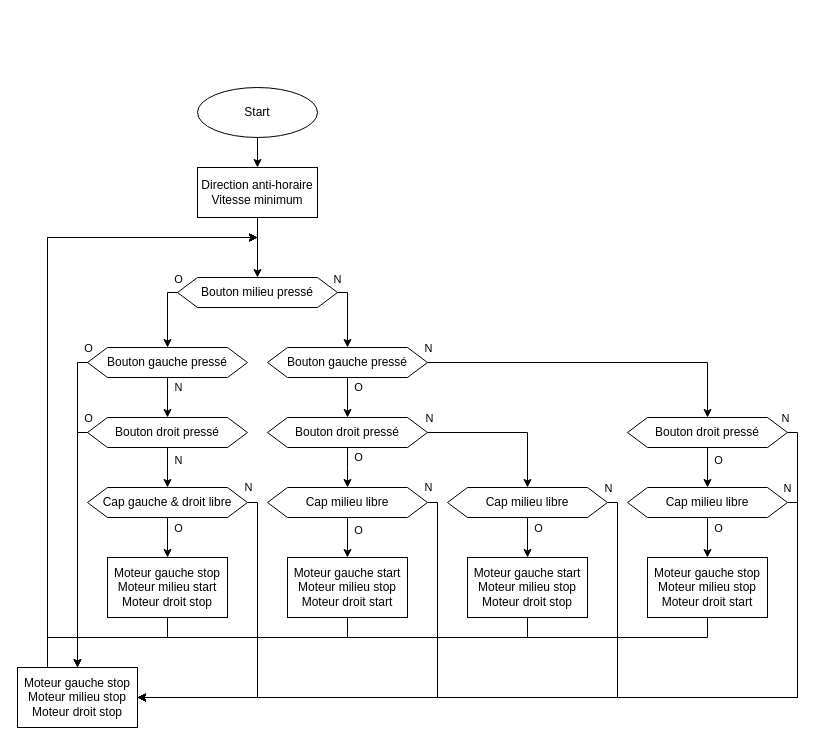
Schokiiiiiiii/csn26 keeps this draw.io diagram as doc/diags/manual_sequence.drawio. Above is the earlier version. Source tidied: cells renumbered, new cells numbered last; positions are measured from the earlier drawing's top-left corner, leaving out a move shared by most shapes. Both pictures are drawn from the tidied source at 100%, with x=0, y=0 at pixel (17, 87).
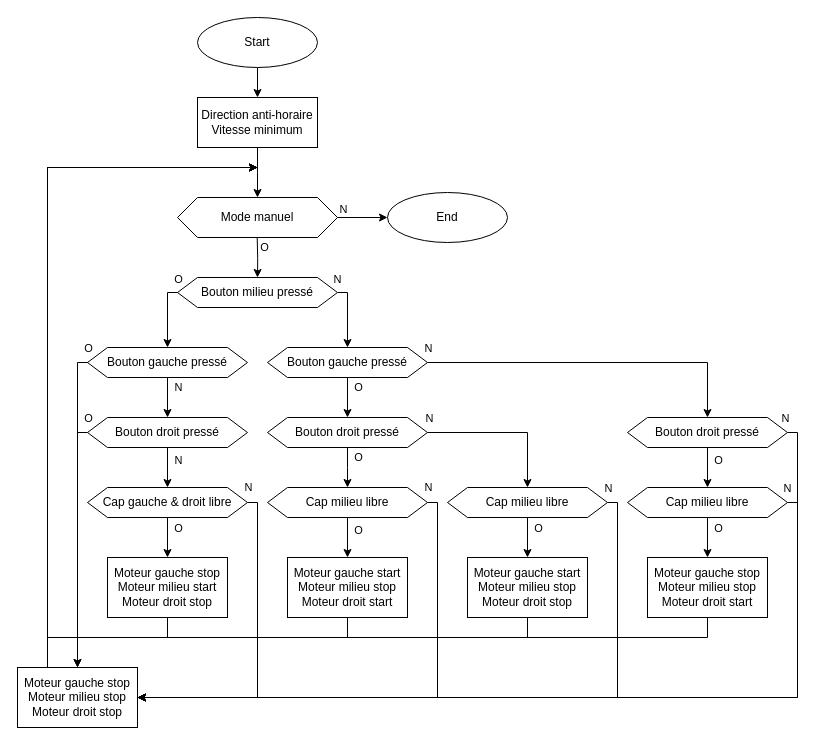
The same page after the edit.

The change refers to these unchanged cells:
```xml
<mxCell id="13" value="Bouton milieu pressé" style="shape=hexagon;perimeter=hexagonPerimeter2;whiteSpace=wrap;html=1;fixedSize=1;" parent="1" vertex="1">
  <mxGeometry x="160" y="190" width="160" height="30" as="geometry" />
</mxCell>
<mxCell id="31" value="Moteur gauche stop&lt;div&gt;Moteur milieu stop&lt;br&gt;&lt;div&gt;Moteur droit stop&lt;/div&gt;&lt;/div&gt;" style="rounded=0;whiteSpace=wrap;html=1;" parent="1" vertex="1">
  <mxGeometry y="580" width="120" height="60" as="geometry" />
</mxCell>
<mxCell id="33" value="Moteur gauche stop&lt;div&gt;Moteur milieu start&lt;br&gt;&lt;div&gt;Moteur droit stop&lt;/div&gt;&lt;/div&gt;" style="rounded=0;whiteSpace=wrap;html=1;" parent="1" vertex="1">
  <mxGeometry x="90" y="470" width="120" height="60" as="geometry" />
</mxCell>
<mxCell id="35" value="Moteur gauche start&lt;div&gt;Moteur milieu stop&lt;br&gt;&lt;div&gt;Moteur droit start&lt;/div&gt;&lt;/div&gt;" style="rounded=0;whiteSpace=wrap;html=1;" parent="1" vertex="1">
  <mxGeometry x="270" y="470" width="120" height="60" as="geometry" />
</mxCell>
<mxCell id="37" value="Moteur gauche stop&lt;div&gt;Moteur milieu stop&lt;br&gt;&lt;div&gt;Moteur droit start&lt;/div&gt;&lt;/div&gt;" style="rounded=0;whiteSpace=wrap;html=1;" parent="1" vertex="1">
  <mxGeometry x="630" y="470" width="120" height="60" as="geometry" />
</mxCell>
<mxCell id="39" value="Moteur gauche start&lt;div&gt;Moteur milieu stop&lt;br&gt;&lt;div&gt;Moteur droit stop&lt;/div&gt;&lt;/div&gt;" style="rounded=0;whiteSpace=wrap;html=1;" parent="1" vertex="1">
  <mxGeometry x="450" y="470" width="120" height="60" as="geometry" />
</mxCell>
```

What changed in the source:
```diff
@@
     <mxCell id="3" value="Start" style="ellipse;whiteSpace=wrap;html=1;" parent="1" vertex="1">
-      <mxGeometry x="180" width="120" height="50" as="geometry" />
+      <mxGeometry x="180" y="-70" width="120" height="50" as="geometry" />
     </mxCell>
@@
     <mxCell id="30" style="edgeStyle=orthogonalEdgeStyle;rounded=0;jettySize=auto;html=1;" parent="1" edge="1" source="31">
       <mxGeometry relative="1" as="geometry">
-        <mxPoint x="240" y="150" as="targetPoint" />
+        <mxPoint x="240" y="80" as="targetPoint" />
         <Array as="points">
-          <mxPoint x="30" y="150" />
-          <mxPoint x="240" y="150" />
+          <mxPoint x="30" y="80" />
+          <mxPoint x="240" y="80" />
         </Array>
       </mxGeometry>
     </mxCell>
@@
     <mxCell id="32" style="edgeStyle=orthogonalEdgeStyle;rounded=0;jettySize=auto;html=1;" parent="1" edge="1" source="33">
       <mxGeometry relative="1" as="geometry">
-        <mxPoint x="240" y="150" as="targetPoint" />
+        <mxPoint x="240" y="80" as="targetPoint" />
         <Array as="points">
           <mxPoint x="150" y="550" />
           <mxPoint x="30" y="550" />
-          <mxPoint x="30" y="150" />
-          <mxPoint x="240" y="150" />
+          <mxPoint x="30" y="80" />
         </Array>
       </mxGeometry>
     </mxCell>
@@
     <mxCell id="34" style="edgeStyle=orthogonalEdgeStyle;rounded=0;jettySize=auto;html=1;" parent="1" edge="1" source="35">
       <mxGeometry relative="1" as="geometry">
-        <mxPoint x="240" y="150" as="targetPoint" />
+        <mxPoint x="240" y="80" as="targetPoint" />
         <Array as="points">
           <mxPoint x="330" y="550" />
           <mxPoint x="30" y="550" />
-          <mxPoint x="30" y="150" />
-          <mxPoint x="240" y="150" />
+          <mxPoint x="30" y="80" />
         </Array>
       </mxGeometry>
     </mxCell>
@@
     <mxCell id="36" style="edgeStyle=orthogonalEdgeStyle;rounded=0;jettySize=auto;html=1;" parent="1" edge="1" source="37">
       <mxGeometry relative="1" as="geometry">
-        <mxPoint x="240" y="150" as="targetPoint" />
+        <mxPoint x="240" y="80" as="targetPoint" />
         <Array as="points">
           <mxPoint x="690" y="550" />
           <mxPoint x="30" y="550" />
-          <mxPoint x="30" y="150" />
-          <mxPoint x="240" y="150" />
+          <mxPoint x="30" y="80" />
         </Array>
       </mxGeometry>
     </mxCell>
@@
     <mxCell id="38" style="edgeStyle=orthogonalEdgeStyle;rounded=0;jettySize=auto;html=1;" parent="1" edge="1" source="39">
       <mxGeometry relative="1" as="geometry">
-        <mxPoint x="240" y="150" as="targetPoint" />
+        <mxPoint x="240" y="80" as="targetPoint" />
         <Array as="points">
           <mxPoint x="510" y="550" />
           <mxPoint x="30" y="550" />
-          <mxPoint x="30" y="150" />
-          <mxPoint x="240" y="150" />
+          <mxPoint x="30" y="80" />
         </Array>
       </mxGeometry>
     </mxCell>
@@
-    <mxCell id="64" style="edgeStyle=orthogonalEdgeStyle;rounded=0;jettySize=auto;html=1;" parent="1" edge="1" source="65" target="13">
-      <mxGeometry relative="1" as="geometry" />
+    <mxCell id="64" style="edgeStyle=orthogonalEdgeStyle;rounded=0;jettySize=auto;html=1;" parent="1" edge="1" source="65">
+      <mxGeometry relative="1" as="geometry">
+        <mxPoint x="240" y="110" as="targetPoint" />
+      </mxGeometry>
     </mxCell>
     <mxCell id="65" value="Direction anti-horaire&lt;div&gt;Vitesse minimum&lt;/div&gt;" style="rounded=0;whiteSpace=wrap;html=1;" parent="1" vertex="1">
-      <mxGeometry x="180" y="80" width="120" height="50" as="geometry" />
+      <mxGeometry x="180" y="10" width="120" height="50" as="geometry" />
     </mxCell>
+    <mxCell id="66" value="Mode manuel" style="shape=hexagon;perimeter=hexagonPerimeter2;whiteSpace=wrap;html=1;fixedSize=1;" parent="1" vertex="1">
+      <mxGeometry x="160" y="110" width="160" height="40" as="geometry" />
+    </mxCell>
+    <mxCell id="67" style="edgeStyle=orthogonalEdgeStyle;rounded=0;orthogonalLoop=1;jettySize=auto;html=1;" parent="1" edge="1">
+      <mxGeometry relative="1" as="geometry">
+        <mxPoint x="239.7" y="150" as="sourcePoint" />
+        <mxPoint x="240" y="190" as="targetPoint" />
+      </mxGeometry>
+    </mxCell>
+    <mxCell id="68" value="O" style="edgeLabel;html=1;align=center;verticalAlign=middle;" parent="67" vertex="1">
+      <mxGeometry x="-0.56" y="-1" relative="1" as="geometry">
+        <mxPoint x="8" as="offset" />
+      </mxGeometry>
+    </mxCell>
+    <mxCell id="69" style="endArrow=classic;html=1;rounded=0;" parent="1" edge="1">
+      <mxGeometry relative="1" as="geometry">
+        <mxPoint x="320" y="130" as="sourcePoint" />
+        <mxPoint x="370" y="130" as="targetPoint" />
+      </mxGeometry>
+    </mxCell>
+    <mxCell id="70" value="N" style="edgeLabel;html=1;align=center;verticalAlign=middle;" parent="69" vertex="1">
+      <mxGeometry x="-0.08" y="-1" relative="1" as="geometry">
+        <mxPoint x="-18" y="-10" as="offset" />
+      </mxGeometry>
+    </mxCell>
+    <mxCell id="71" value="End" style="ellipse;whiteSpace=wrap;html=1;" parent="1" vertex="1">
+      <mxGeometry x="370" y="105" width="120" height="50" as="geometry" />
+    </mxCell>
```
